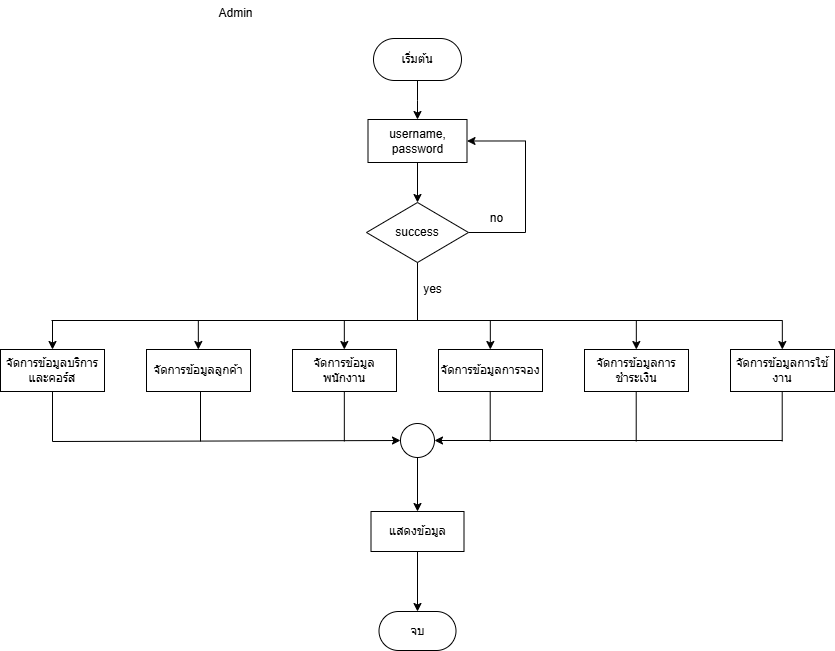
MrLuciana/devaree_project keeps this draw.io diagram as docx/flowcharts/flowchart-1.drawio.png. Above is the earlier version. Source tidied: cells renumbered, new cells last; positions are measured from the earlier drawing's top-left corner, leaving out a move shared by most shapes.
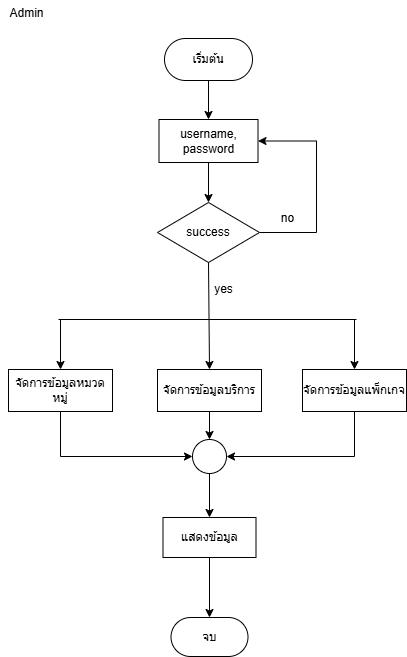
The same diagram one commit later.

Diff of the diagram source:
```diff
@@ -28,135 +28,71 @@
     <mxCell id="8" value="success" style="rhombus;whiteSpace=wrap;html=1;rounded=0;" parent="1" vertex="1">
       <mxGeometry x="366" y="202" width="102" height="60" as="geometry" />
     </mxCell>
-    <mxCell id="9" value="จัดการข้อมูลพนักงาน" style="whiteSpace=wrap;html=1;rounded=0;" parent="1" vertex="1">
-      <mxGeometry x="292" y="349" width="104" height="42" as="geometry" />
-    </mxCell>
+    <mxCell id="38" value="จัดการข้อมูลแพ็กเกจ" style="whiteSpace=wrap;html=1;rounded=0;" parent="1" vertex="1">
+      <mxGeometry x="511" y="369" width="104" height="42" as="geometry" />
+    </mxCell>
     <mxCell id="10" value="no" style="text;html=1;align=center;verticalAlign=middle;strokeColor=none;fillColor=none;" parent="1" vertex="1">
       <mxGeometry x="480" y="205" width="31" height="26" as="geometry" />
     </mxCell>
     <mxCell id="11" value="yes" style="text;html=1;align=center;verticalAlign=middle;strokeColor=none;fillColor=none;" parent="1" vertex="1">
       <mxGeometry x="413" y="276" width="37" height="26" as="geometry" />
     </mxCell>
-    <mxCell id="12" style="endArrow=none;html=1;rounded=0;" parent="1" edge="1">
-      <mxGeometry relative="1" as="geometry">
-        <mxPoint x="51" y="320" as="sourcePoint" />
-        <mxPoint x="782" y="320" as="targetPoint" />
-      </mxGeometry>
-    </mxCell>
-    <mxCell id="13" value="จัดการข้อมูลการจอง" style="whiteSpace=wrap;html=1;rounded=0;" parent="1" vertex="1">
-      <mxGeometry x="438" y="349" width="104" height="42" as="geometry" />
-    </mxCell>
-    <mxCell id="14" value="จัดการข้อมูลบริการและคอร์ส" style="whiteSpace=wrap;html=1;rounded=0;" parent="1" vertex="1">
-      <mxGeometry y="349" width="104" height="42" as="geometry" />
-    </mxCell>
-    <mxCell id="15" value="จัดการข้อมูลลูกค้า" style="whiteSpace=wrap;html=1;rounded=0;" parent="1" vertex="1">
-      <mxGeometry x="146" y="349" width="104" height="42" as="geometry" />
-    </mxCell>
-    <mxCell id="16" value="จัดการข้อมูลการชำระเงิน" style="whiteSpace=wrap;html=1;rounded=0;" parent="1" vertex="1">
-      <mxGeometry x="584" y="349" width="104" height="42" as="geometry" />
-    </mxCell>
-    <mxCell id="17" value="จัดการข้อมูลการใช้งาน" style="whiteSpace=wrap;html=1;rounded=0;" parent="1" vertex="1">
-      <mxGeometry x="730" y="349" width="104" height="42" as="geometry" />
-    </mxCell>
-    <mxCell id="18" style="endArrow=none;html=1;rounded=0;entryX=0.5;entryY=1;entryDx=0;entryDy=0;" parent="1" edge="1" target="8">
-      <mxGeometry relative="1" as="geometry">
-        <mxPoint x="417" y="320" as="sourcePoint" />
-      </mxGeometry>
-    </mxCell>
-    <mxCell id="19" style="endArrow=classic;html=1;rounded=0;entryX=0.5;entryY=0;entryDx=0;entryDy=0;" parent="1" edge="1" target="14">
-      <mxGeometry relative="1" as="geometry">
-        <mxPoint x="52" y="320" as="sourcePoint" />
-      </mxGeometry>
-    </mxCell>
-    <mxCell id="20" style="endArrow=classic;html=1;rounded=0;entryX=0.5;entryY=0;entryDx=0;entryDy=0;" parent="1" edge="1">
-      <mxGeometry relative="1" as="geometry">
-        <mxPoint x="197.8" y="320" as="sourcePoint" />
-        <mxPoint x="197.8" y="349" as="targetPoint" />
-      </mxGeometry>
-    </mxCell>
-    <mxCell id="21" style="endArrow=classic;html=1;rounded=0;entryX=0.5;entryY=0;entryDx=0;entryDy=0;" parent="1" edge="1">
-      <mxGeometry relative="1" as="geometry">
-        <mxPoint x="343.8" y="320" as="sourcePoint" />
-        <mxPoint x="343.8" y="349" as="targetPoint" />
-      </mxGeometry>
-    </mxCell>
-    <mxCell id="22" style="endArrow=classic;html=1;rounded=0;entryX=0.5;entryY=0;entryDx=0;entryDy=0;" parent="1" edge="1">
-      <mxGeometry relative="1" as="geometry">
-        <mxPoint x="489.8" y="320" as="sourcePoint" />
-        <mxPoint x="489.8" y="349" as="targetPoint" />
-      </mxGeometry>
-    </mxCell>
-    <mxCell id="23" style="endArrow=classic;html=1;rounded=0;entryX=0.5;entryY=0;entryDx=0;entryDy=0;" parent="1" edge="1">
-      <mxGeometry relative="1" as="geometry">
-        <mxPoint x="635.8" y="320" as="sourcePoint" />
-        <mxPoint x="635.8" y="349" as="targetPoint" />
-      </mxGeometry>
-    </mxCell>
-    <mxCell id="24" style="endArrow=classic;html=1;rounded=0;entryX=0.5;entryY=0;entryDx=0;entryDy=0;" parent="1" edge="1">
-      <mxGeometry relative="1" as="geometry">
-        <mxPoint x="781.8" y="320" as="sourcePoint" />
-        <mxPoint x="781.8" y="349" as="targetPoint" />
-      </mxGeometry>
-    </mxCell>
-    <mxCell id="25" style="edgeStyle=orthogonalEdgeStyle;rounded=0;jettySize=auto;html=1;" parent="1" edge="1" source="26" target="36">
-      <mxGeometry relative="1" as="geometry" />
-    </mxCell>
-    <mxCell id="26" style="ellipse;whiteSpace=wrap;html=1;" parent="1" vertex="1">
-      <mxGeometry x="400" y="423" width="34" height="34" as="geometry" />
-    </mxCell>
-    <mxCell id="27" style="endArrow=classic;html=1;rounded=0;entryX=0;entryY=0.5;entryDx=0;entryDy=0;" parent="1" edge="1" target="26">
-      <mxGeometry relative="1" as="geometry">
-        <mxPoint x="52" y="441" as="sourcePoint" />
-      </mxGeometry>
-    </mxCell>
-    <mxCell id="28" style="endArrow=none;html=1;rounded=0;entryX=0.5;entryY=1;entryDx=0;entryDy=0;" parent="1" edge="1" target="14">
-      <mxGeometry relative="1" as="geometry">
-        <mxPoint x="52" y="441" as="sourcePoint" />
-      </mxGeometry>
-    </mxCell>
-    <mxCell id="29" style="endArrow=none;html=1;rounded=0;entryX=0.5;entryY=1;entryDx=0;entryDy=0;" parent="1" edge="1">
-      <mxGeometry relative="1" as="geometry">
-        <mxPoint x="200" y="441" as="sourcePoint" />
-        <mxPoint x="200" y="391" as="targetPoint" />
-      </mxGeometry>
-    </mxCell>
-    <mxCell id="30" style="endArrow=none;html=1;rounded=0;entryX=0.5;entryY=1;entryDx=0;entryDy=0;" parent="1" edge="1">
-      <mxGeometry relative="1" as="geometry">
-        <mxPoint x="343.8" y="441" as="sourcePoint" />
-        <mxPoint x="343.8" y="391" as="targetPoint" />
-      </mxGeometry>
-    </mxCell>
-    <mxCell id="31" style="endArrow=none;html=1;rounded=0;entryX=0.5;entryY=1;entryDx=0;entryDy=0;" parent="1" edge="1">
-      <mxGeometry relative="1" as="geometry">
-        <mxPoint x="489.7" y="441" as="sourcePoint" />
-        <mxPoint x="489.7" y="391" as="targetPoint" />
-      </mxGeometry>
-    </mxCell>
-    <mxCell id="32" style="endArrow=classic;html=1;rounded=0;entryX=1;entryY=0.5;entryDx=0;entryDy=0;" parent="1" edge="1" target="26">
-      <mxGeometry relative="1" as="geometry">
-        <mxPoint x="782" y="440" as="sourcePoint" />
-      </mxGeometry>
-    </mxCell>
-    <mxCell id="33" style="endArrow=none;html=1;rounded=0;entryX=0.5;entryY=1;entryDx=0;entryDy=0;" parent="1" edge="1">
-      <mxGeometry relative="1" as="geometry">
-        <mxPoint x="635.7" y="441" as="sourcePoint" />
-        <mxPoint x="635.7" y="391" as="targetPoint" />
-      </mxGeometry>
-    </mxCell>
-    <mxCell id="34" style="endArrow=none;html=1;rounded=0;entryX=0.5;entryY=1;entryDx=0;entryDy=0;" parent="1" edge="1">
-      <mxGeometry relative="1" as="geometry">
-        <mxPoint x="781.7" y="441" as="sourcePoint" />
-        <mxPoint x="781.7" y="391" as="targetPoint" />
-      </mxGeometry>
-    </mxCell>
+    <mxCell id="39" style="endArrow=none;html=1;rounded=0;" parent="1" edge="1">
+      <mxGeometry relative="1" as="geometry">
+        <mxPoint x="267" y="319" as="sourcePoint" />
+        <mxPoint x="565" y="319" as="targetPoint" />
+      </mxGeometry>
+    </mxCell>
+    <mxCell id="40" value="จัดการข้อมูลหมวดหมู่" style="whiteSpace=wrap;html=1;rounded=0;" parent="1" vertex="1">
+      <mxGeometry x="217" y="369" width="104" height="42" as="geometry" />
+    </mxCell>
+    <mxCell id="41" value="จัดการข้อมูลบริการ" style="whiteSpace=wrap;html=1;rounded=0;" parent="1" vertex="1">
+      <mxGeometry x="366" y="369" width="104" height="42" as="geometry" />
+    </mxCell>
+    <mxCell id="42" style="endArrow=classic;html=1;rounded=0;entryX=0.5;entryY=0;entryDx=0;entryDy=0;" parent="1" edge="1" target="40">
+      <mxGeometry relative="1" as="geometry">
+        <mxPoint x="269" y="319" as="sourcePoint" />
+      </mxGeometry>
+    </mxCell>
+    <mxCell id="43" style="endArrow=classic;html=1;rounded=0;entryX=0.5;entryY=0;entryDx=0;entryDy=0;exitX=0.5;exitY=1;exitDx=0;exitDy=0;" parent="1" edge="1" source="8" target="41">
+      <mxGeometry relative="1" as="geometry" />
+    </mxCell>
+    <mxCell id="44" style="endArrow=classic;html=1;rounded=0;entryX=0.5;entryY=0;entryDx=0;entryDy=0;" parent="1" edge="1" target="38">
+      <mxGeometry relative="1" as="geometry">
+        <mxPoint x="563" y="319" as="sourcePoint" />
+      </mxGeometry>
+    </mxCell>
+    <mxCell id="45" style="edgeStyle=orthogonalEdgeStyle;rounded=0;jettySize=auto;html=1;" parent="1" edge="1" source="46" target="36">
+      <mxGeometry relative="1" as="geometry" />
+    </mxCell>
+    <mxCell id="46" style="ellipse;whiteSpace=wrap;html=1;" parent="1" vertex="1">
+      <mxGeometry x="401" y="439" width="34" height="34" as="geometry" />
+    </mxCell>
     <mxCell id="35" style="edgeStyle=orthogonalEdgeStyle;rounded=0;jettySize=auto;html=1;" parent="1" edge="1" source="36" target="37">
       <mxGeometry relative="1" as="geometry" />
     </mxCell>
     <mxCell id="36" value="แสดงข้อมูล" style="whiteSpace=wrap;html=1;" parent="1" vertex="1">
-      <mxGeometry x="370.5" y="511" width="93" height="40" as="geometry" />
+      <mxGeometry x="371.5" y="517" width="93" height="40" as="geometry" />
     </mxCell>
     <mxCell id="37" value="จบ" style="rounded=1;whiteSpace=wrap;html=1;arcSize=50;" parent="1" vertex="1">
-      <mxGeometry x="378.5" y="611" width="77" height="39" as="geometry" />
+      <mxGeometry x="379.5" y="617" width="77" height="39" as="geometry" />
     </mxCell>
+    <mxCell id="47" style="endArrow=classic;html=1;rounded=0;exitX=0.5;exitY=1;exitDx=0;exitDy=0;entryX=0;entryY=0.5;entryDx=0;entryDy=0;" parent="1" edge="1" source="40" target="46">
+      <mxGeometry relative="1" as="geometry">
+        <Array as="points">
+          <mxPoint x="269" y="456" />
+        </Array>
+      </mxGeometry>
+    </mxCell>
+    <mxCell id="48" style="endArrow=classic;html=1;rounded=0;exitX=0.5;exitY=1;exitDx=0;exitDy=0;entryX=0.5;entryY=0;entryDx=0;entryDy=0;" parent="1" edge="1" source="41" target="46">
+      <mxGeometry relative="1" as="geometry" />
+    </mxCell>
+    <mxCell id="49" style="endArrow=classic;html=1;rounded=0;exitX=0.5;exitY=1;exitDx=0;exitDy=0;entryX=1;entryY=0.5;entryDx=0;entryDy=0;" parent="1" edge="1" source="38" target="46">
+      <mxGeometry relative="1" as="geometry">
+        <Array as="points">
+          <mxPoint x="563" y="456" />
+        </Array>
+      </mxGeometry>
+    </mxCell>
   </root>
 </mxGraphModel>
```
